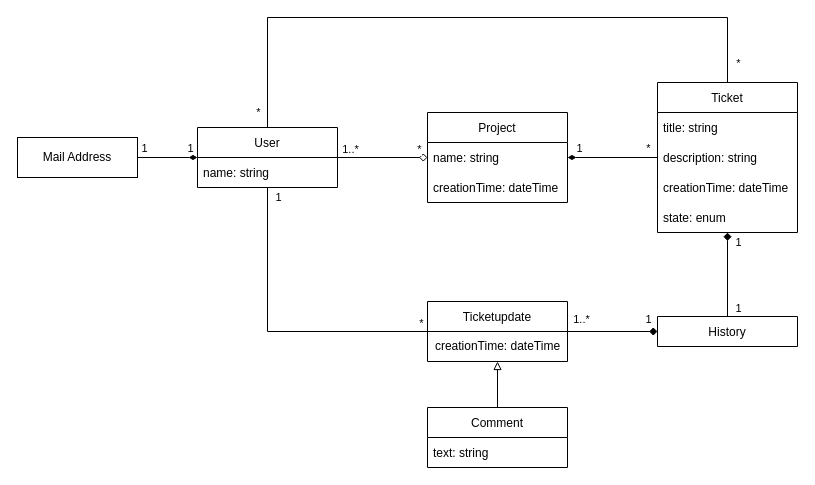
The draw.io diagram doc/functional_data_model.drawio in dkettner/ticketing-system, before the edit. Source tidied: cells renumbered, new cells numbered last; positions are measured from the earlier drawing's top-left corner, leaving out a move shared by most shapes. Both pictures are drawn from the tidied source at 100%, with x=0, y=0 at pixel (17, 17).
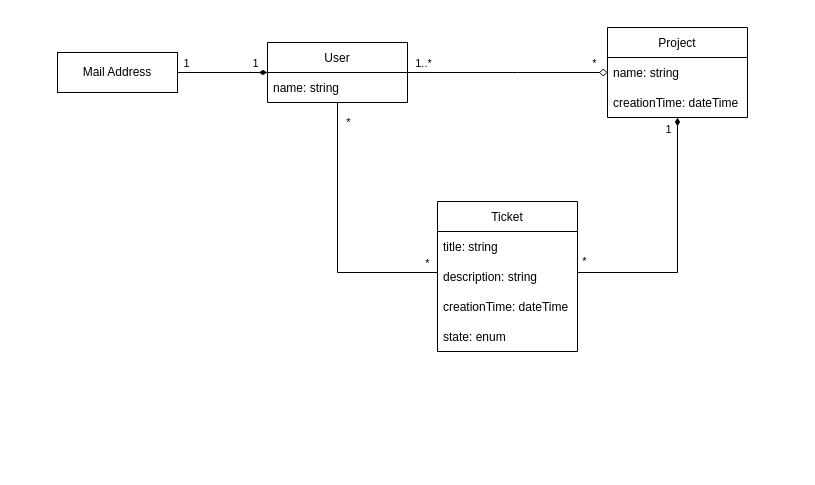
Above is the later version.

Commit message (it also covers changes not shown here):
docs: simplified functional data model

Change to the diagram source:
```diff
@@
     <mxCell id="2" style="edgeStyle=orthogonalEdgeStyle;rounded=0;jettySize=auto;html=1;endArrow=diamond;endFill=0;" parent="1" edge="1" source="8" target="13">
-      <mxGeometry relative="1" as="geometry" />
+      <mxGeometry relative="1" as="geometry">
+        <Array as="points">
+          <mxPoint x="500" y="55" />
+          <mxPoint x="500" y="55" />
+        </Array>
+      </mxGeometry>
     </mxCell>
     <mxCell id="3" value="1..*" style="edgeLabel;html=1;align=center;verticalAlign=middle;" parent="2" vertex="1">
       <mxGeometry x="-0.74" y="1" relative="1" as="geometry">
-        <mxPoint y="-8" as="offset" />
+        <mxPoint x="-11" y="-9" as="offset" />
       </mxGeometry>
     </mxCell>
     <mxCell id="4" value="*" style="edgeLabel;html=1;align=center;verticalAlign=middle;" parent="2" vertex="1">
       <mxGeometry x="0.76" y="-1" relative="1" as="geometry">
-        <mxPoint x="2" y="-10" as="offset" />
+        <mxPoint x="10" y="-11" as="offset" />
       </mxGeometry>
     </mxCell>
@@
     <mxCell id="8" value="User" style="swimlane;fontStyle=0;horizontal=1;startSize=30;" parent="1" vertex="1">
-      <mxGeometry x="180" y="110" width="140" height="60" as="geometry" />
+      <mxGeometry x="250" y="25" width="140" height="60" as="geometry" />
     </mxCell>
@@
     <mxCell id="10" style="edgeStyle=orthogonalEdgeStyle;rounded=0;jettySize=auto;html=1;endArrow=none;endFill=0;startArrow=diamondThin;startFill=1;" parent="1" edge="1" source="13" target="19">
-      <mxGeometry relative="1" as="geometry" />
+      <mxGeometry relative="1" as="geometry">
+        <Array as="points">
+          <mxPoint x="660" y="255" />
+        </Array>
+      </mxGeometry>
     </mxCell>
     <mxCell id="11" value="1" style="edgeLabel;html=1;align=center;verticalAlign=middle;" parent="10" vertex="1">
       <mxGeometry x="-0.66" y="-1" relative="1" as="geometry">
-        <mxPoint x="-4" y="-11" as="offset" />
+        <mxPoint x="-9" y="-32" as="offset" />
       </mxGeometry>
     </mxCell>
     <mxCell id="12" value="*" style="edgeLabel;html=1;align=center;verticalAlign=middle;" parent="10" vertex="1">
       <mxGeometry x="0.73" y="-1" relative="1" as="geometry">
-        <mxPoint x="2" y="-11" as="offset" />
+        <mxPoint x="-28" y="-11" as="offset" />
       </mxGeometry>
     </mxCell>
     <mxCell id="13" value="Project" style="swimlane;fontStyle=0;horizontal=1;startSize=30;" parent="1" vertex="1">
-      <mxGeometry x="410" y="95" width="140" height="90" as="geometry" />
+      <mxGeometry x="590" y="10" width="140" height="90" as="geometry" />
     </mxCell>
@@
-    <mxCell id="16" style="edgeStyle=orthogonalEdgeStyle;rounded=0;jettySize=auto;html=1;startArrow=diamond;startFill=1;endArrow=none;endFill=0;" parent="1" edge="1" source="19" target="33">
-      <mxGeometry relative="1" as="geometry" />
-    </mxCell>
-    <mxCell id="17" value="1" style="edgeLabel;html=1;align=center;verticalAlign=middle;" parent="16" vertex="1">
-      <mxGeometry x="0.69" y="1" relative="1" as="geometry">
-        <mxPoint x="9" y="4" as="offset" />
-      </mxGeometry>
-    </mxCell>
-    <mxCell id="18" value="1" style="edgeLabel;html=1;align=center;verticalAlign=middle;" parent="16" vertex="1">
-      <mxGeometry x="-0.64" y="1" relative="1" as="geometry">
-        <mxPoint x="9" y="-6" as="offset" />
-      </mxGeometry>
-    </mxCell>
     <mxCell id="19" value="Ticket" style="swimlane;fontStyle=0;horizontal=1;startSize=30;" parent="1" vertex="1">
-      <mxGeometry x="640" y="65" width="140" height="150" as="geometry" />
+      <mxGeometry x="420" y="184" width="140" height="150" as="geometry" />
     </mxCell>
@@
-    <mxCell id="24" value="Comment" style="swimlane;fontStyle=0;horizontal=1;startSize=30;" parent="1" vertex="1">
-      <mxGeometry x="410" y="390" width="140" height="60" as="geometry" />
-    </mxCell>
-    <mxCell id="25" value="text: string" style="text;strokeColor=none;fillColor=none;align=left;verticalAlign=middle;spacingLeft=4;spacingRight=4;overflow=hidden;" parent="24" vertex="1">
-      <mxGeometry y="30" width="140" height="30" as="geometry" />
-    </mxCell>
     <mxCell id="26" value="Mail Address" style="rounded=0;whiteSpace=wrap;html=1;" parent="1" vertex="1">
-      <mxGeometry y="120" width="120" height="40" as="geometry" />
+      <mxGeometry x="40" y="35" width="120" height="40" as="geometry" />
     </mxCell>
     <mxCell id="27" style="endArrow=none;startArrow=none;endFill=0;startFill=0;html=1;rounded=0;edgeStyle=orthogonalEdgeStyle;" parent="1" edge="1" source="8" target="19">
       <mxGeometry relative="1" as="geometry">
         <Array as="points">
-          <mxPoint x="250" />
-          <mxPoint x="710" />
+          <mxPoint x="320" y="255" />
         </Array>
       </mxGeometry>
     </mxCell>
     <mxCell id="28" value="*" style="edgeLabel;html=1;align=center;verticalAlign=middle;" parent="27" vertex="1">
       <mxGeometry x="0.92" y="1" relative="1" as="geometry">
-        <mxPoint x="9" y="5" as="offset" />
+        <mxPoint y="-9" as="offset" />
       </mxGeometry>
     </mxCell>
     <mxCell id="29" value="*" style="edgeLabel;html=1;align=center;verticalAlign=middle;" parent="27" vertex="1">
       <mxGeometry x="-0.95" relative="1" as="geometry">
-        <mxPoint x="-10" as="offset" />
+        <mxPoint x="10" y="12" as="offset" />
       </mxGeometry>
     </mxCell>
-    <mxCell id="30" style="edgeStyle=orthogonalEdgeStyle;rounded=0;jettySize=auto;html=1;startArrow=diamond;startFill=1;endArrow=none;endFill=0;" parent="1" edge="1" source="33" target="38">
-      <mxGeometry relative="1" as="geometry" />
-    </mxCell>
-    <mxCell id="31" value="1" style="edgeLabel;html=1;align=center;verticalAlign=middle;" parent="30" vertex="1">
-      <mxGeometry x="-0.76" relative="1" as="geometry">
-        <mxPoint x="1" y="-13" as="offset" />
-      </mxGeometry>
-    </mxCell>
-    <mxCell id="32" value="1..*" style="edgeLabel;html=1;align=center;verticalAlign=middle;" parent="30" vertex="1">
-      <mxGeometry x="0.72" y="1" relative="1" as="geometry">
-        <mxPoint y="-14" as="offset" />
-      </mxGeometry>
-    </mxCell>
-    <mxCell id="33" value="History" style="swimlane;fontStyle=0;horizontal=1;startSize=30;rounded=0;" parent="1" vertex="1">
-      <mxGeometry x="640" y="299" width="140" height="30" as="geometry" />
-    </mxCell>
-    <mxCell id="34" style="edgeStyle=orthogonalEdgeStyle;rounded=0;jettySize=auto;html=1;startArrow=none;startFill=0;endArrow=none;endFill=0;" parent="1" edge="1" source="38" target="8">
-      <mxGeometry relative="1" as="geometry">
-        <Array as="points">
-          <mxPoint x="250" y="314" />
-        </Array>
-      </mxGeometry>
-    </mxCell>
-    <mxCell id="35" value="1" style="edgeLabel;html=1;align=center;verticalAlign=middle;" parent="34" vertex="1">
-      <mxGeometry x="0.98" y="2" relative="1" as="geometry">
-        <mxPoint x="12" y="6" as="offset" />
-      </mxGeometry>
-    </mxCell>
-    <mxCell id="36" value="*" style="edgeLabel;html=1;align=center;verticalAlign=middle;" parent="34" vertex="1">
-      <mxGeometry x="-0.89" relative="1" as="geometry">
-        <mxPoint x="10" y="-9" as="offset" />
-      </mxGeometry>
-    </mxCell>
-    <mxCell id="37" style="edgeStyle=orthogonalEdgeStyle;rounded=0;jettySize=auto;html=1;startArrow=block;startFill=0;endArrow=none;endFill=0;" parent="1" edge="1" source="38" target="24">
-      <mxGeometry relative="1" as="geometry" />
-    </mxCell>
-    <mxCell id="38" value="Ticketupdate" style="swimlane;fontStyle=0;horizontal=1;startSize=30;rounded=0;" parent="1" vertex="1">
-      <mxGeometry x="410" y="284" width="140" height="60" as="geometry" />
-    </mxCell>
-    <mxCell id="39" value="creationTime: dateTime" style="text;html=1;align=center;verticalAlign=middle;strokeColor=none;fillColor=none;" parent="38" vertex="1">
-      <mxGeometry y="30" width="140" height="30" as="geometry" />
-    </mxCell>
```
